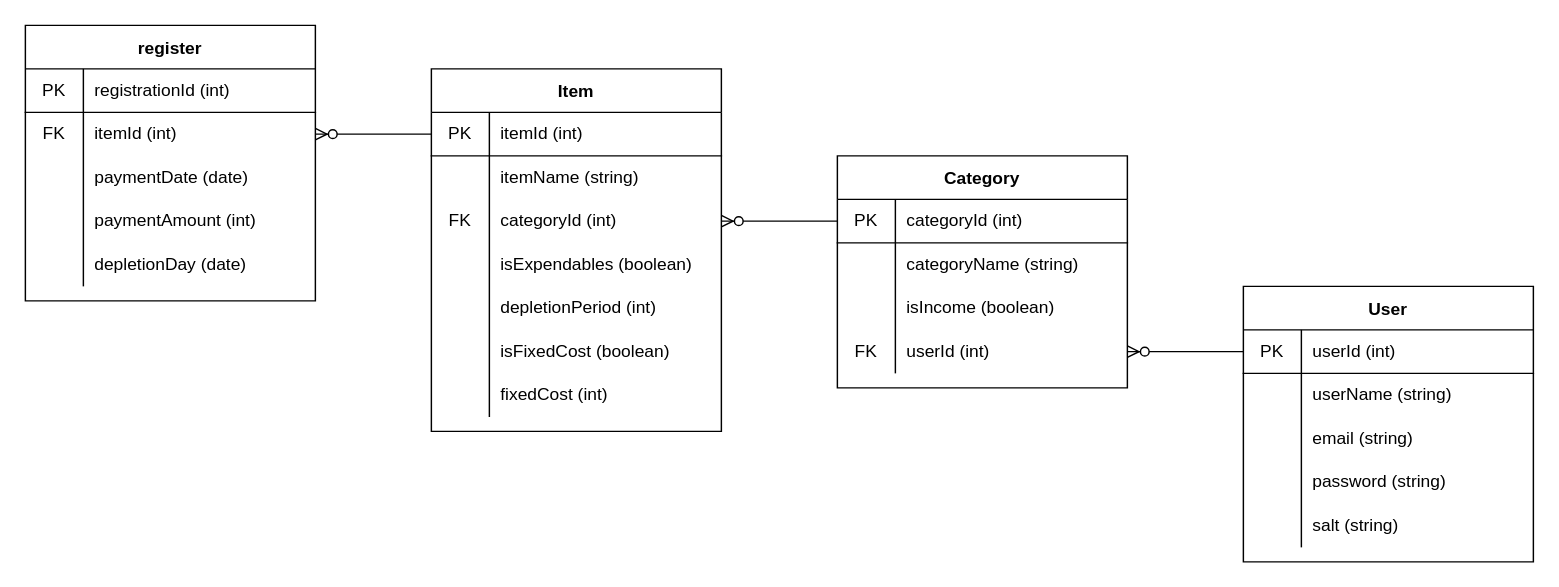
This is ER_diagram.drawio from jima-r20/money-management-app-backend, a draw.io file, before an edit. Source tidied: cells renumbered, new cells numbered last; positions are measured from the earlier drawing's top-left corner, leaving out a move shared by most shapes. Both pictures are drawn from the tidied source at 145%, with x=0, y=0 at pixel (25, 25).
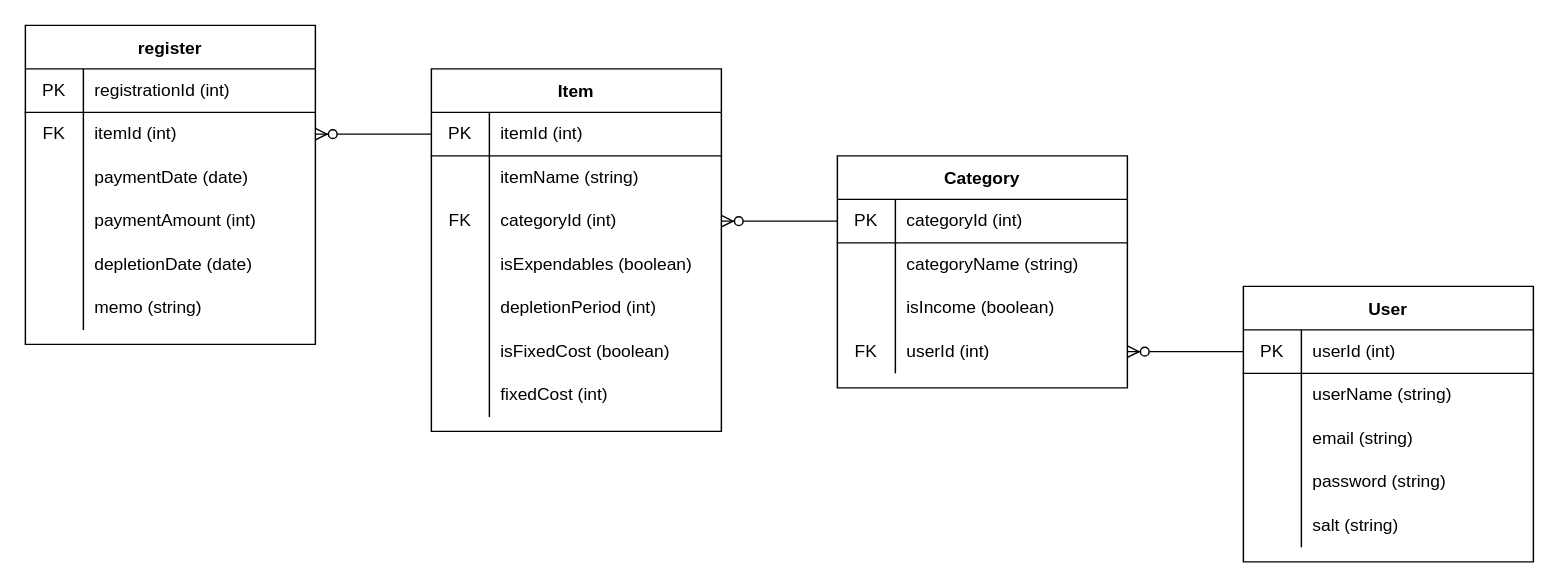
Above is the later version.

The change refers to these unchanged cells:
```xml
<mxCell id="66" style="shape=partialRectangle;html=1;whiteSpace=wrap;fillColor=none;top=0;left=0;bottom=0;right=0;" parent="53" vertex="1">
  <mxGeometry y="150" width="200" height="30" as="geometry" />
</mxCell>
```

Diff of the diagram source:
```diff
@@
     <mxCell id="53" value="register" style="shape=table;startSize=30;childLayout=tableLayout;rowLines=0;fontStyle=1;align=center;" parent="1" vertex="1">
-      <mxGeometry width="200" height="190" as="geometry" />
+      <mxGeometry width="200" height="220" as="geometry" />
     </mxCell>
@@
-    <mxCell id="68" value="depletionDay (date)" style="shape=partialRectangle;html=1;whiteSpace=wrap;fillColor=none;top=0;left=0;bottom=0;right=0;align=left;spacingLeft=6;overflow=hidden;" parent="66" vertex="1">
+    <mxCell id="68" value="depletionDate (date)" style="shape=partialRectangle;html=1;whiteSpace=wrap;fillColor=none;top=0;left=0;bottom=0;right=0;align=left;spacingLeft=6;overflow=hidden;" parent="66" vertex="1">
       <mxGeometry x="40" width="160" height="30" as="geometry" />
     </mxCell>
+    <mxCell id="72" style="shape=partialRectangle;html=1;whiteSpace=wrap;fillColor=none;top=0;left=0;bottom=0;right=0;" parent="53" vertex="1">
+      <mxGeometry y="180" width="200" height="30" as="geometry" />
+    </mxCell>
+    <mxCell id="73" style="shape=partialRectangle;html=1;whiteSpace=wrap;fillColor=none;top=0;left=0;bottom=0;right=0;overflow=hidden;" parent="72" vertex="1">
+      <mxGeometry width="40" height="30" as="geometry" />
+    </mxCell>
+    <mxCell id="74" value="memo (string)" style="shape=partialRectangle;html=1;whiteSpace=wrap;fillColor=none;top=0;left=0;bottom=0;right=0;align=left;spacingLeft=6;overflow=hidden;" parent="72" vertex="1">
+      <mxGeometry x="40" width="160" height="30" as="geometry" />
+    </mxCell>
```
